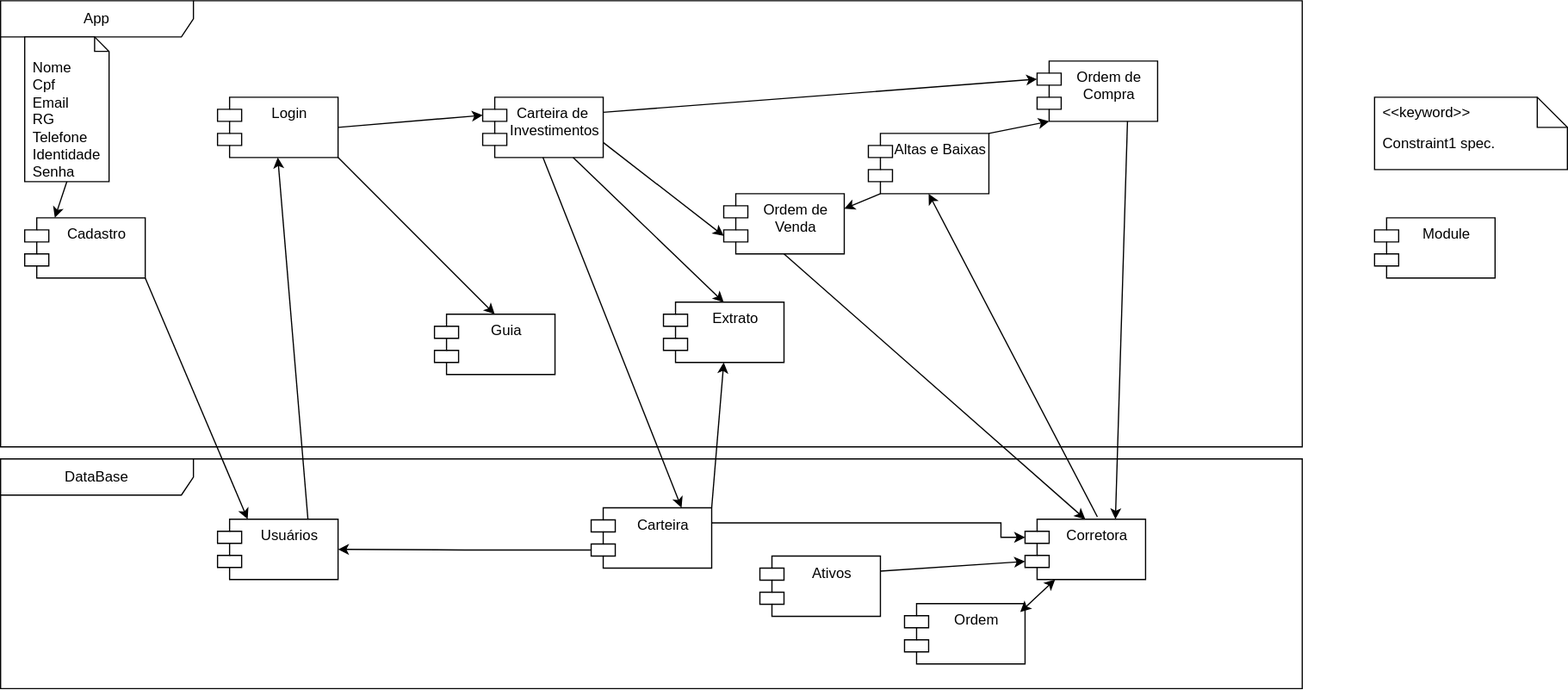
Above: DiagramaComponetes.svg in JesCat16/Projeto01_Modelagem_De_Software (draw.io), before the change. Source tidied: cells renumbered, new cells last; positions are measured from the earlier drawing's top-left corner, leaving out a move shared by most shapes.
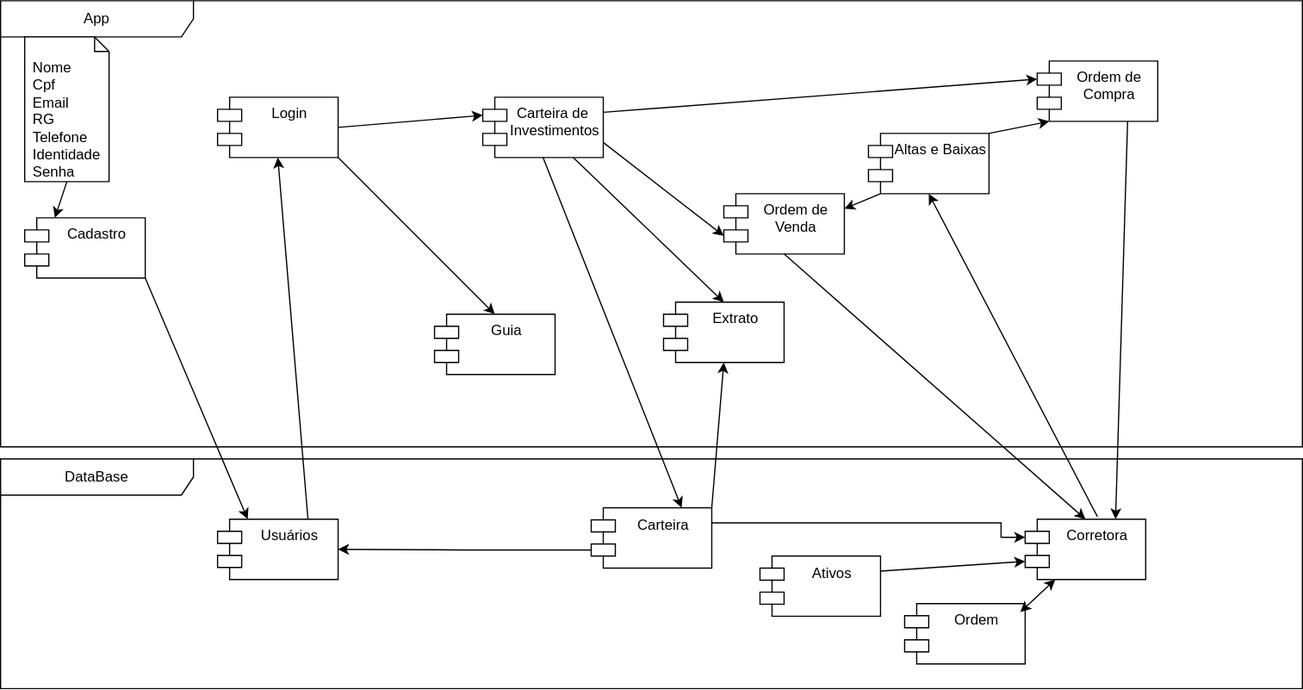
Above is the later version.

What changed in the source:
```diff
@@ -90,15 +90,6 @@
     <mxCell id="29" value="Extrato" style="shape=module;align=left;spacingLeft=20;align=center;verticalAlign=top;whiteSpace=wrap;html=1;" parent="12" vertex="1">
       <mxGeometry x="550" y="250" width="100" height="50" as="geometry" />
     </mxCell>
-    <mxCell id="30" value="Constraint1 spec." style="shape=note2;boundedLbl=1;whiteSpace=wrap;html=1;size=25;verticalAlign=top;align=left;spacingLeft=5;whiteSpace=wrap;" parent="1" vertex="1">
-      <mxGeometry x="1140" y="80" width="160" height="60" as="geometry" />
-    </mxCell>
-    <mxCell id="31" value="&amp;lt;&amp;lt;keyword&amp;gt;&amp;gt;" style="html=1;strokeColor=none;fillColor=none;align=left;spacingLeft=5;whiteSpace=wrap;" parent="30" vertex="1">
-      <mxGeometry width="160" height="25" relative="1" as="geometry" />
-    </mxCell>
-    <mxCell id="32" value="Module" style="shape=module;align=left;spacingLeft=20;align=center;verticalAlign=top;whiteSpace=wrap;html=1;" parent="1" vertex="1">
-      <mxGeometry x="1140" y="180" width="100" height="50" as="geometry" />
-    </mxCell>
     <mxCell id="33" style="rounded=0;jettySize=auto;html=1;exitX=0.75;exitY=0;exitDx=0;exitDy=0;entryX=0.5;entryY=1;entryDx=0;entryDy=0;" parent="1" edge="1" source="3" target="14">
       <mxGeometry relative="1" as="geometry" />
     </mxCell>
```
